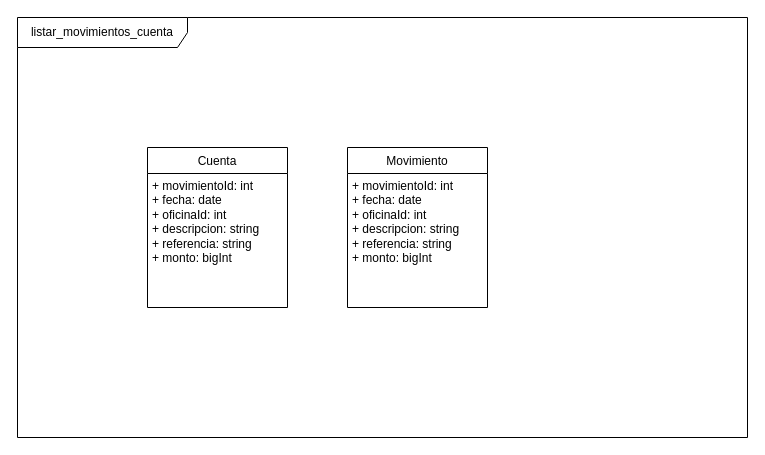
Before: Untitled Diagram.drawio in joeburias/ddd_example, a draw.io diagram. Source tidied: cells renumbered, new cells numbered last; positions are measured from the earlier drawing's top-left corner, leaving out a move shared by most shapes. Both pictures are drawn from the tidied source at 100%, with x=0, y=0 at pixel (17, 17).
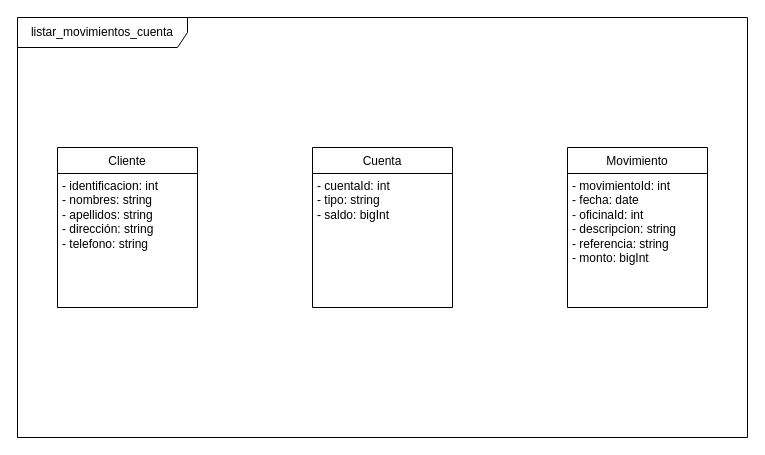
The same page after the edit.

Diff of the diagram source:
```diff
@@
 <mxGraphModel>
   <root>
     <mxCell id="0" />
     <mxCell id="1" parent="0" />
     <mxCell id="2" value="listar_movimientos_cuenta" style="shape=umlFrame;whiteSpace=wrap;html=1;width=170;height=30;" parent="1" vertex="1">
       <mxGeometry width="730" height="420" as="geometry" />
     </mxCell>
     <mxCell id="3" value="Movimiento" style="swimlane;fontStyle=0;horizontal=1;startSize=26;fillColor=none;" parent="1" vertex="1">
-      <mxGeometry x="330" y="130" width="140" height="160" as="geometry" />
+      <mxGeometry x="550" y="130" width="140" height="160" as="geometry" />
     </mxCell>
-    <mxCell id="4" value="+ movimientoId: int&lt;br&gt;+ fecha: date&lt;br&gt;+ oficinaId: int&lt;br&gt;+ descripcion: string&lt;br&gt;+ referencia: string&lt;br&gt;+ monto: bigInt" style="text;strokeColor=none;fillColor=none;align=left;verticalAlign=top;spacingLeft=4;spacingRight=4;overflow=hidden;spacing=1;spacingBottom=10;html=1;" parent="3" vertex="1">
+    <mxCell id="4" value="- movimientoId: int&lt;br&gt;- fecha: date&lt;br&gt;- oficinaId: int&lt;br&gt;- descripcion: string&lt;br&gt;- referencia: string&lt;br&gt;- monto: bigInt" style="text;strokeColor=none;fillColor=none;align=left;verticalAlign=top;spacingLeft=4;spacingRight=4;overflow=hidden;spacing=1;spacingBottom=10;html=1;" parent="3" vertex="1">
       <mxGeometry y="26" width="140" height="134" as="geometry" />
     </mxCell>
     <mxCell id="5" value="Cuenta" style="swimlane;fontStyle=0;horizontal=1;startSize=26;fillColor=none;" parent="1" vertex="1">
-      <mxGeometry x="130" y="130" width="140" height="160" as="geometry" />
+      <mxGeometry x="295" y="130" width="140" height="160" as="geometry" />
     </mxCell>
-    <mxCell id="6" value="+ movimientoId: int&lt;br&gt;+ fecha: date&lt;br&gt;+ oficinaId: int&lt;br&gt;+ descripcion: string&lt;br&gt;+ referencia: string&lt;br&gt;+ monto: bigInt" style="text;strokeColor=none;fillColor=none;align=left;verticalAlign=top;spacingLeft=4;spacingRight=4;overflow=hidden;spacing=1;spacingBottom=10;html=1;" parent="5" vertex="1">
+    <mxCell id="6" value="- cuentaId: int&lt;br&gt;- tipo: string&lt;br&gt;- saldo: bigInt&lt;br&gt;" style="text;strokeColor=none;fillColor=none;align=left;verticalAlign=top;spacingLeft=4;spacingRight=4;overflow=hidden;spacing=1;spacingBottom=10;html=1;" parent="5" vertex="1">
       <mxGeometry y="26" width="140" height="134" as="geometry" />
     </mxCell>
+    <mxCell id="7" value="Cliente" style="swimlane;fontStyle=0;horizontal=1;startSize=26;fillColor=none;" parent="1" vertex="1">
+      <mxGeometry x="40" y="130" width="140" height="160" as="geometry" />
+    </mxCell>
+    <mxCell id="8" value="- identificacion: int&lt;br&gt;- nombres: string&lt;br&gt;- apellidos: string&lt;br&gt;- dirección: string&lt;br&gt;- telefono: string" style="text;strokeColor=none;fillColor=none;align=left;verticalAlign=top;spacingLeft=4;spacingRight=4;overflow=hidden;spacing=1;spacingBottom=10;html=1;" parent="7" vertex="1">
+      <mxGeometry y="26" width="140" height="134" as="geometry" />
+    </mxCell>
   </root>
 </mxGraphModel>
```
